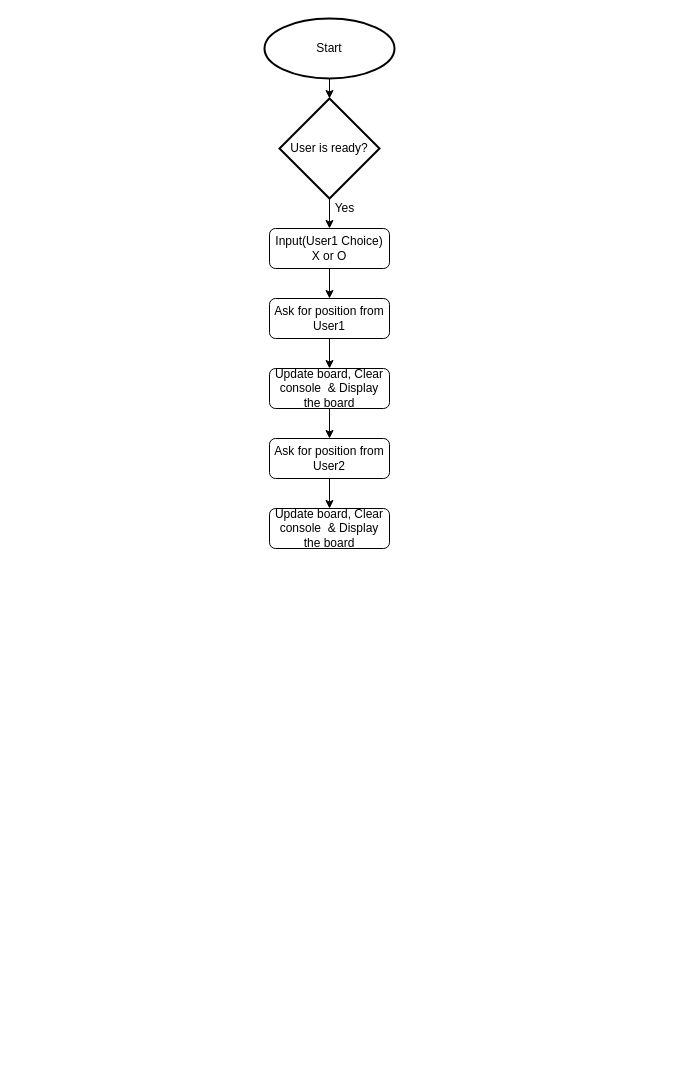
Above: tic-tac-toe.drawio in kshubhamz/Flow-Chart (draw.io), before the change. Source tidied: cells renumbered, new cells numbered last; positions are measured from the earlier drawing's top-left corner, leaving out a move shared by most shapes. Both pictures are drawn from the tidied source at 100%, with x=0, y=0 at pixel (264, 18).
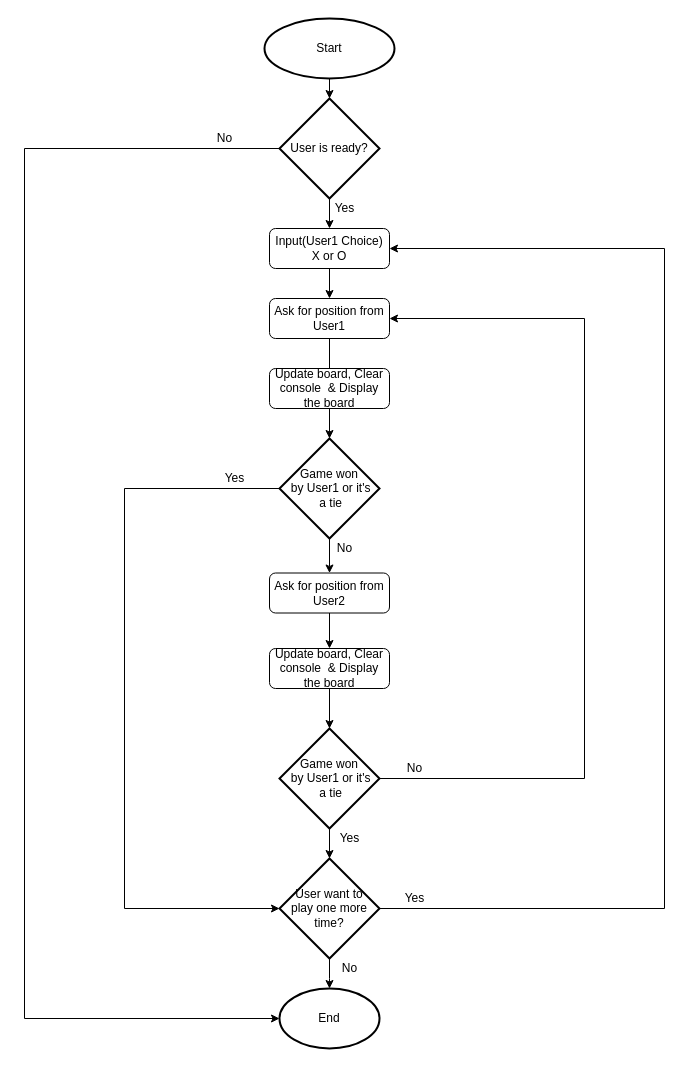
The same page after the edit.

The change refers to these unchanged cells:
```xml
<mxCell id="5" value="Input(User1 Choice)&lt;br&gt;X or O" style="rounded=1;whiteSpace=wrap;html=1;" parent="1" vertex="1">
  <mxGeometry x="5" y="210" width="120" height="40" as="geometry" />
</mxCell>
<mxCell id="7" value="User is ready?" style="strokeWidth=2;html=1;shape=mxgraph.flowchart.decision;whiteSpace=wrap;" parent="1" vertex="1">
  <mxGeometry x="15" y="80" width="100" height="100" as="geometry" />
</mxCell>
<mxCell id="10" value="Ask for position from&lt;br&gt;User1" style="rounded=1;whiteSpace=wrap;html=1;" parent="1" vertex="1">
  <mxGeometry x="5" y="280" width="120" height="40" as="geometry" />
</mxCell>
<mxCell id="12" value="Update board, Clear console &amp;nbsp;&amp;amp; Display the board" style="rounded=1;whiteSpace=wrap;html=1;" parent="1" vertex="1">
  <mxGeometry x="5" y="350" width="120" height="40" as="geometry" />
</mxCell>
```

Change to the diagram source:
```diff
@@
+    <mxCell id="16" style="edgeStyle=orthogonalEdgeStyle;rounded=0;jettySize=auto;html=1;exitX=0;exitY=0.5;exitDx=0;exitDy=0;exitPerimeter=0;entryX=0;entryY=0.5;entryDx=0;entryDy=0;entryPerimeter=0;" parent="1" edge="1" source="7" target="30">
+      <mxGeometry relative="1" as="geometry">
+        <Array as="points">
+          <mxPoint x="-240" y="130" />
+          <mxPoint x="-240" y="1000" />
+        </Array>
+      </mxGeometry>
+    </mxCell>
@@
-    <mxCell id="9" style="edgeStyle=orthogonalEdgeStyle;rounded=0;jettySize=auto;html=1;" parent="1" edge="1" source="10" target="12">
-      <mxGeometry relative="1" as="geometry" />
-    </mxCell>
+    <mxCell id="17" style="edgeStyle=orthogonalEdgeStyle;rounded=0;jettySize=auto;html=1;" parent="1" edge="1" source="10" target="21">
+      <mxGeometry relative="1" as="geometry" />
+    </mxCell>
@@
-    <mxCell id="11" style="edgeStyle=orthogonalEdgeStyle;rounded=0;jettySize=auto;html=1;" parent="1" edge="1" source="12" target="14">
-      <mxGeometry relative="1" as="geometry" />
-    </mxCell>
@@
-    <mxCell id="13" style="edgeStyle=orthogonalEdgeStyle;rounded=0;jettySize=auto;html=1;" parent="1" edge="1" source="14" target="15">
+    <mxCell id="13" style="edgeStyle=orthogonalEdgeStyle;rounded=0;jettySize=auto;html=1;exitX=0.5;exitY=1;exitDx=0;exitDy=0;entryX=0.5;entryY=0;entryDx=0;entryDy=0;" parent="1" edge="1" source="14" target="15">
       <mxGeometry relative="1" as="geometry" />
     </mxCell>
     <mxCell id="14" value="Ask for position from&lt;br&gt;User2" style="rounded=1;whiteSpace=wrap;html=1;" parent="1" vertex="1">
-      <mxGeometry x="5" y="420" width="120" height="40" as="geometry" />
+      <mxGeometry x="5" y="554.5" width="120" height="40" as="geometry" />
     </mxCell>
+    <mxCell id="18" style="edgeStyle=orthogonalEdgeStyle;rounded=0;jettySize=auto;html=1;" parent="1" edge="1" source="15" target="24">
+      <mxGeometry relative="1" as="geometry" />
+    </mxCell>
     <mxCell id="15" value="Update board, Clear console &amp;nbsp;&amp;amp; Display the board" style="rounded=1;whiteSpace=wrap;html=1;" parent="1" vertex="1">
-      <mxGeometry x="5" y="490" width="120" height="40" as="geometry" />
+      <mxGeometry x="5" y="630" width="120" height="40" as="geometry" />
     </mxCell>
+    <mxCell id="19" style="edgeStyle=orthogonalEdgeStyle;rounded=0;jettySize=auto;html=1;exitX=0.5;exitY=1;exitDx=0;exitDy=0;exitPerimeter=0;entryX=0.5;entryY=0;entryDx=0;entryDy=0;" parent="1" edge="1" source="21" target="14">
+      <mxGeometry relative="1" as="geometry" />
+    </mxCell>
+    <mxCell id="20" style="edgeStyle=orthogonalEdgeStyle;rounded=0;jettySize=auto;html=1;exitX=0;exitY=0.5;exitDx=0;exitDy=0;exitPerimeter=0;entryX=0;entryY=0.5;entryDx=0;entryDy=0;entryPerimeter=0;" parent="1" edge="1" source="21" target="29">
+      <mxGeometry relative="1" as="geometry">
+        <Array as="points">
+          <mxPoint x="-140" y="470" />
+          <mxPoint x="-140" y="890" />
+        </Array>
+      </mxGeometry>
+    </mxCell>
+    <mxCell id="21" value="Game won&lt;br&gt;&amp;nbsp;by User1 or it's&lt;br&gt;&amp;nbsp;a&amp;nbsp;tie" style="strokeWidth=2;html=1;shape=mxgraph.flowchart.decision;whiteSpace=wrap;" parent="1" vertex="1">
+      <mxGeometry x="15" y="420" width="100" height="100" as="geometry" />
+    </mxCell>
+    <mxCell id="22" style="edgeStyle=orthogonalEdgeStyle;rounded=0;jettySize=auto;html=1;" parent="1" edge="1" source="24" target="29">
+      <mxGeometry relative="1" as="geometry" />
+    </mxCell>
+    <mxCell id="23" style="edgeStyle=orthogonalEdgeStyle;rounded=0;jettySize=auto;html=1;exitX=1;exitY=0.5;exitDx=0;exitDy=0;exitPerimeter=0;entryX=1;entryY=0.5;entryDx=0;entryDy=0;" parent="1" edge="1" source="24" target="10">
+      <mxGeometry relative="1" as="geometry">
+        <Array as="points">
+          <mxPoint x="320" y="760" />
+          <mxPoint x="320" y="300" />
+        </Array>
+      </mxGeometry>
+    </mxCell>
+    <mxCell id="24" value="Game won&lt;br&gt;&amp;nbsp;by User1 or it's&lt;br&gt;&amp;nbsp;a&amp;nbsp;tie" style="strokeWidth=2;html=1;shape=mxgraph.flowchart.decision;whiteSpace=wrap;" parent="1" vertex="1">
+      <mxGeometry x="15" y="710" width="100" height="100" as="geometry" />
+    </mxCell>
+    <mxCell id="25" value="No" style="text;html=1;align=center;verticalAlign=middle;" parent="1" vertex="1">
+      <mxGeometry x="65" y="520" width="30" height="20" as="geometry" />
+    </mxCell>
+    <mxCell id="26" value="No" style="text;html=1;align=center;verticalAlign=middle;" parent="1" vertex="1">
+      <mxGeometry x="135" y="740" width="30" height="20" as="geometry" />
+    </mxCell>
+    <mxCell id="27" style="edgeStyle=orthogonalEdgeStyle;rounded=0;jettySize=auto;html=1;" parent="1" edge="1" source="29">
+      <mxGeometry relative="1" as="geometry">
+        <mxPoint x="65" y="970" as="targetPoint" />
+      </mxGeometry>
+    </mxCell>
+    <mxCell id="28" style="edgeStyle=orthogonalEdgeStyle;rounded=0;jettySize=auto;html=1;exitX=1;exitY=0.5;exitDx=0;exitDy=0;exitPerimeter=0;entryX=1;entryY=0.5;entryDx=0;entryDy=0;" parent="1" edge="1" source="29" target="5">
+      <mxGeometry relative="1" as="geometry">
+        <Array as="points">
+          <mxPoint x="400" y="890" />
+          <mxPoint x="400" y="230" />
+        </Array>
+      </mxGeometry>
+    </mxCell>
+    <mxCell id="29" value="User want to &lt;br&gt;play one more time?" style="strokeWidth=2;html=1;shape=mxgraph.flowchart.decision;whiteSpace=wrap;" parent="1" vertex="1">
+      <mxGeometry x="15" y="840" width="100" height="100" as="geometry" />
+    </mxCell>
+    <mxCell id="30" value="End" style="strokeWidth=2;html=1;shape=mxgraph.flowchart.start_2;whiteSpace=wrap;" parent="1" vertex="1">
+      <mxGeometry x="15" y="970" width="100" height="60" as="geometry" />
+    </mxCell>
+    <mxCell id="31" value="No" style="text;html=1;align=center;verticalAlign=middle;" parent="1" vertex="1">
+      <mxGeometry x="70" y="940" width="30" height="20" as="geometry" />
+    </mxCell>
+    <mxCell id="32" value="Yes" style="text;html=1;align=center;verticalAlign=middle;" parent="1" vertex="1">
+      <mxGeometry x="130" y="870" width="40" height="20" as="geometry" />
+    </mxCell>
+    <mxCell id="33" value="Yes" style="text;html=1;align=center;verticalAlign=middle;" parent="1" vertex="1">
+      <mxGeometry x="-50" y="450" width="40" height="20" as="geometry" />
+    </mxCell>
+    <mxCell id="34" value="Yes" style="text;html=1;align=center;verticalAlign=middle;" parent="1" vertex="1">
+      <mxGeometry x="65" y="810" width="40" height="20" as="geometry" />
+    </mxCell>
+    <mxCell id="35" value="No" style="text;html=1;align=center;verticalAlign=middle;" parent="1" vertex="1">
+      <mxGeometry x="-55" y="110" width="30" height="20" as="geometry" />
+    </mxCell>
```
